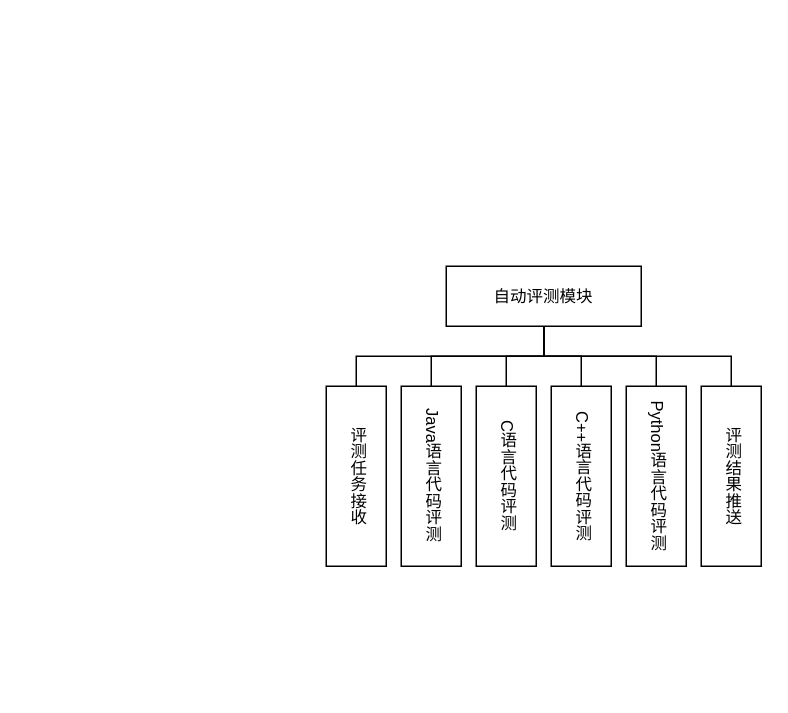
Earlier version of the draw.io diagram page "自动评测" (4 of 8) of 系统总体结构图.drawio (2302680972/lighteny_diagrams). Source tidied: cells renumbered, new cells numbered last; positions are measured from the earlier drawing's top-left corner, leaving out a move shared by most shapes. Both pictures are drawn from the tidied source at 150%, with x=0, y=0 at pixel (326, 266).
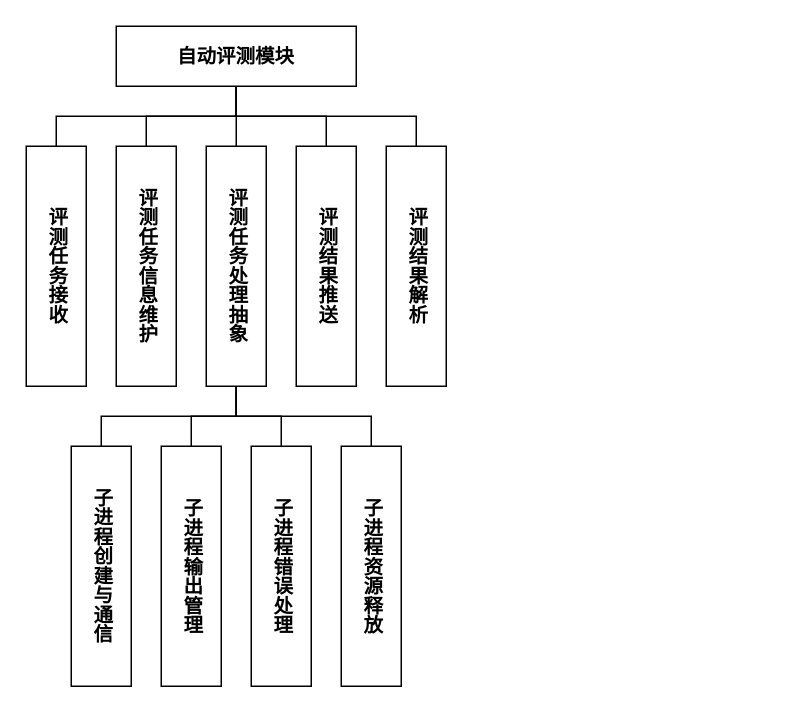
The same page after the edit.

The edit, as a diff of the source:
```diff
@@
+    <mxCell id="15" style="edgeStyle=orthogonalEdgeStyle;rounded=0;jettySize=auto;html=1;strokeColor=default;strokeWidth=1;endArrow=none;endFill=0;startArrow=none;startFill=0;fontSize=13;fontFamily=宋体;fontStyle=1;" parent="1" edge="1" source="2" target="3">
+      <mxGeometry relative="1" as="geometry">
+        <Array as="points">
+          <mxPoint x="-60" y="-100" />
+          <mxPoint x="-180" y="-100" />
+        </Array>
+      </mxGeometry>
+    </mxCell>
+    <mxCell id="16" style="edgeStyle=orthogonalEdgeStyle;rounded=0;jettySize=auto;html=1;strokeWidth=1;endArrow=none;endFill=0;startArrow=none;startFill=0;fontSize=13;fontFamily=宋体;fontStyle=1;" parent="1" edge="1" source="2" target="24">
+      <mxGeometry relative="1" as="geometry" />
+    </mxCell>
+    <mxCell id="17" style="edgeStyle=orthogonalEdgeStyle;rounded=0;jettySize=auto;html=1;strokeWidth=1;endArrow=none;endFill=0;startArrow=none;startFill=0;fontSize=13;fontFamily=宋体;fontStyle=1;" parent="1" edge="1" source="2" target="13">
+      <mxGeometry relative="1" as="geometry" />
+    </mxCell>
+    <mxCell id="18" style="edgeStyle=orthogonalEdgeStyle;rounded=0;jettySize=auto;html=1;endArrow=none;endFill=0;fontSize=13;fontFamily=宋体;fontStyle=1;" parent="1" edge="1" source="2" target="25">
+      <mxGeometry relative="1" as="geometry" />
+    </mxCell>
+    <mxCell id="19" style="edgeStyle=orthogonalEdgeStyle;rounded=0;jettySize=auto;html=1;endArrow=none;endFill=0;fontSize=13;fontFamily=宋体;fontStyle=1;" parent="1" edge="1" source="2" target="26">
+      <mxGeometry relative="1" as="geometry">
+        <Array as="points">
+          <mxPoint x="-60" y="-100" />
+          <mxPoint x="60" y="-100" />
+        </Array>
+      </mxGeometry>
+    </mxCell>
-    <mxCell id="2" value="自动评测模块" style="rounded=0;whiteSpace=wrap;html=1;fontSize=11;strokeWidth=1;" parent="1" vertex="1">
-      <mxGeometry x="80" width="130" height="40" as="geometry" />
+    <mxCell id="2" value="自动评测模块" style="rounded=0;whiteSpace=wrap;html=1;strokeWidth=1;fontSize=13;fontFamily=宋体;fontStyle=1;" parent="1" vertex="1">
+      <mxGeometry x="-140" y="-160" width="160" height="40" as="geometry" />
     </mxCell>
-    <mxCell id="3" value="评测任务接收" style="rounded=0;whiteSpace=wrap;html=1;textDirection=vertical-lr;fontSize=11;strokeWidth=1;" parent="1" vertex="1">
-      <mxGeometry y="80" width="40" height="120" as="geometry" />
+    <mxCell id="3" value="评测任务接收" style="rounded=0;whiteSpace=wrap;html=1;textDirection=vertical-lr;strokeWidth=1;fontSize=13;fontFamily=宋体;fontStyle=1;" parent="1" vertex="1">
+      <mxGeometry x="-200" y="-80" width="40" height="160" as="geometry" />
     </mxCell>
-    <mxCell id="4" value="Java语言代码评测" style="rounded=0;whiteSpace=wrap;html=1;textDirection=vertical-lr;fontSize=11;strokeWidth=1;" parent="1" vertex="1">
-      <mxGeometry x="50" y="80" width="40" height="120" as="geometry" />
-    </mxCell>
-    <mxCell id="5" value="C语言代码评测" style="rounded=0;whiteSpace=wrap;html=1;textDirection=vertical-lr;fontSize=11;strokeWidth=1;" parent="1" vertex="1">
-      <mxGeometry x="100" y="80" width="40" height="120" as="geometry" />
-    </mxCell>
-    <mxCell id="6" value="C++语言代码评测" style="rounded=0;whiteSpace=wrap;html=1;textDirection=vertical-lr;fontSize=11;strokeWidth=1;" parent="1" vertex="1">
-      <mxGeometry x="150" y="80" width="40" height="120" as="geometry" />
-    </mxCell>
-    <mxCell id="7" value="Python语言代码评测" style="rounded=0;whiteSpace=wrap;html=1;textDirection=vertical-lr;fontSize=11;strokeWidth=1;" parent="1" vertex="1">
-      <mxGeometry x="200" y="80" width="40" height="120" as="geometry" />
-    </mxCell>
-    <mxCell id="8" style="endArrow=none;html=1;rounded=0;exitX=0.5;exitY=0;exitDx=0;exitDy=0;entryX=0.5;entryY=1;entryDx=0;entryDy=0;fontSize=11;strokeWidth=1;" parent="1" edge="1" source="3" target="2">
-      <mxGeometry relative="1" as="geometry">
-        <Array as="points">
-          <mxPoint x="20" y="60" />
-          <mxPoint x="145" y="60" />
-        </Array>
-      </mxGeometry>
-    </mxCell>
-    <mxCell id="9" style="endArrow=none;html=1;rounded=0;exitX=0.5;exitY=0;exitDx=0;exitDy=0;entryX=0.5;entryY=1;entryDx=0;entryDy=0;fontSize=11;strokeWidth=1;" parent="1" edge="1" source="4" target="2">
-      <mxGeometry relative="1" as="geometry">
-        <Array as="points">
-          <mxPoint x="70" y="60" />
-          <mxPoint x="145" y="60" />
-        </Array>
-      </mxGeometry>
-    </mxCell>
-    <mxCell id="10" style="endArrow=none;html=1;rounded=0;exitX=0.5;exitY=0;exitDx=0;exitDy=0;entryX=0.5;entryY=1;entryDx=0;entryDy=0;fontSize=11;strokeWidth=1;" parent="1" edge="1" source="5" target="2">
-      <mxGeometry relative="1" as="geometry">
-        <Array as="points">
-          <mxPoint x="120" y="60" />
-          <mxPoint x="145" y="60" />
-        </Array>
-      </mxGeometry>
-    </mxCell>
-    <mxCell id="11" style="endArrow=none;html=1;rounded=0;exitX=0.5;exitY=0;exitDx=0;exitDy=0;entryX=0.5;entryY=1;entryDx=0;entryDy=0;fontSize=11;strokeWidth=1;" parent="1" edge="1" source="6" target="2">
-      <mxGeometry relative="1" as="geometry">
-        <Array as="points">
-          <mxPoint x="170" y="60" />
-          <mxPoint x="145" y="60" />
-        </Array>
-      </mxGeometry>
-    </mxCell>
-    <mxCell id="12" style="endArrow=none;html=1;rounded=0;exitX=0.5;exitY=0;exitDx=0;exitDy=0;entryX=0.5;entryY=1;entryDx=0;entryDy=0;fontSize=11;strokeWidth=1;" parent="1" edge="1" source="7" target="2">
-      <mxGeometry relative="1" as="geometry">
-        <Array as="points">
-          <mxPoint x="220" y="60" />
-          <mxPoint x="145" y="60" />
-        </Array>
-      </mxGeometry>
-    </mxCell>
+    <mxCell id="20" style="edgeStyle=orthogonalEdgeStyle;rounded=0;jettySize=auto;html=1;endArrow=none;endFill=0;fontSize=13;fontFamily=宋体;fontStyle=1;" parent="1" edge="1" source="24" target="27">
+      <mxGeometry relative="1" as="geometry">
+        <Array as="points">
+          <mxPoint x="-60" y="100" />
+          <mxPoint x="-150" y="100" />
+        </Array>
+      </mxGeometry>
+    </mxCell>
+    <mxCell id="21" style="edgeStyle=orthogonalEdgeStyle;rounded=0;jettySize=auto;html=1;endArrow=none;endFill=0;fontSize=13;fontFamily=宋体;fontStyle=1;" parent="1" edge="1" source="24" target="28">
+      <mxGeometry relative="1" as="geometry" />
+    </mxCell>
+    <mxCell id="22" style="edgeStyle=orthogonalEdgeStyle;rounded=0;jettySize=auto;html=1;endArrow=none;endFill=0;fontSize=13;fontFamily=宋体;fontStyle=1;" parent="1" edge="1" source="24" target="29">
+      <mxGeometry relative="1" as="geometry" />
+    </mxCell>
+    <mxCell id="23" style="edgeStyle=orthogonalEdgeStyle;rounded=0;jettySize=auto;html=1;endArrow=none;endFill=0;fontSize=13;fontFamily=宋体;fontStyle=1;" parent="1" edge="1" source="24" target="30">
+      <mxGeometry relative="1" as="geometry">
+        <Array as="points">
+          <mxPoint x="-60" y="100" />
+          <mxPoint x="30" y="100" />
+        </Array>
+      </mxGeometry>
+    </mxCell>
+    <mxCell id="24" value="评测任务处理抽象" style="rounded=0;whiteSpace=wrap;html=1;textDirection=vertical-lr;strokeWidth=1;fontSize=13;fontFamily=宋体;fontStyle=1;" parent="1" vertex="1">
+      <mxGeometry x="-80" y="-80" width="40" height="160" as="geometry" />
+    </mxCell>
-    <mxCell id="13" value="评测结果推送" style="rounded=0;whiteSpace=wrap;html=1;textDirection=vertical-lr;fontSize=11;strokeWidth=1;" parent="1" vertex="1">
-      <mxGeometry x="250" y="80" width="40" height="120" as="geometry" />
+    <mxCell id="13" value="评测结果推送" style="rounded=0;whiteSpace=wrap;html=1;textDirection=vertical-lr;strokeWidth=1;fontSize=13;fontFamily=宋体;fontStyle=1;" parent="1" vertex="1">
+      <mxGeometry x="-20" y="-80" width="40" height="160" as="geometry" />
     </mxCell>
-    <mxCell id="14" style="endArrow=none;html=1;rounded=0;exitX=0.5;exitY=0;exitDx=0;exitDy=0;entryX=0.5;entryY=1;entryDx=0;entryDy=0;fontSize=11;strokeWidth=1;" parent="1" edge="1" source="13" target="2">
-      <mxGeometry relative="1" as="geometry">
-        <Array as="points">
-          <mxPoint x="270" y="60" />
-          <mxPoint x="145" y="60" />
-        </Array>
-      </mxGeometry>
-    </mxCell>
+    <mxCell id="25" value="评测任务信息维护" style="rounded=0;whiteSpace=wrap;html=1;textDirection=vertical-lr;strokeWidth=1;fontSize=13;fontFamily=宋体;fontStyle=1;" parent="1" vertex="1">
+      <mxGeometry x="-140" y="-80" width="40" height="160" as="geometry" />
+    </mxCell>
+    <mxCell id="26" value="评测结果解析" style="rounded=0;whiteSpace=wrap;html=1;textDirection=vertical-lr;strokeWidth=1;fontSize=13;fontFamily=宋体;fontStyle=1;" parent="1" vertex="1">
+      <mxGeometry x="40" y="-80" width="40" height="160" as="geometry" />
+    </mxCell>
+    <mxCell id="27" value="子进程创建与通信" style="rounded=0;whiteSpace=wrap;html=1;textDirection=vertical-lr;strokeWidth=1;fontSize=13;fontFamily=宋体;fontStyle=1;" parent="1" vertex="1">
+      <mxGeometry x="-170" y="120" width="40" height="160" as="geometry" />
+    </mxCell>
+    <mxCell id="28" value="子进程输出管理" style="rounded=0;whiteSpace=wrap;html=1;textDirection=vertical-lr;strokeWidth=1;fontSize=13;fontFamily=宋体;fontStyle=1;" parent="1" vertex="1">
+      <mxGeometry x="-110" y="120" width="40" height="160" as="geometry" />
+    </mxCell>
+    <mxCell id="29" value="子进程错误处理" style="rounded=0;whiteSpace=wrap;html=1;textDirection=vertical-lr;strokeWidth=1;fontSize=13;fontFamily=宋体;fontStyle=1;" parent="1" vertex="1">
+      <mxGeometry x="-50" y="120" width="40" height="160" as="geometry" />
+    </mxCell>
+    <mxCell id="30" value="子进程资源释放" style="rounded=0;whiteSpace=wrap;html=1;textDirection=vertical-lr;strokeWidth=1;fontSize=13;fontFamily=宋体;fontStyle=1;" parent="1" vertex="1">
+      <mxGeometry x="10" y="120" width="40" height="160" as="geometry" />
+    </mxCell>
```
